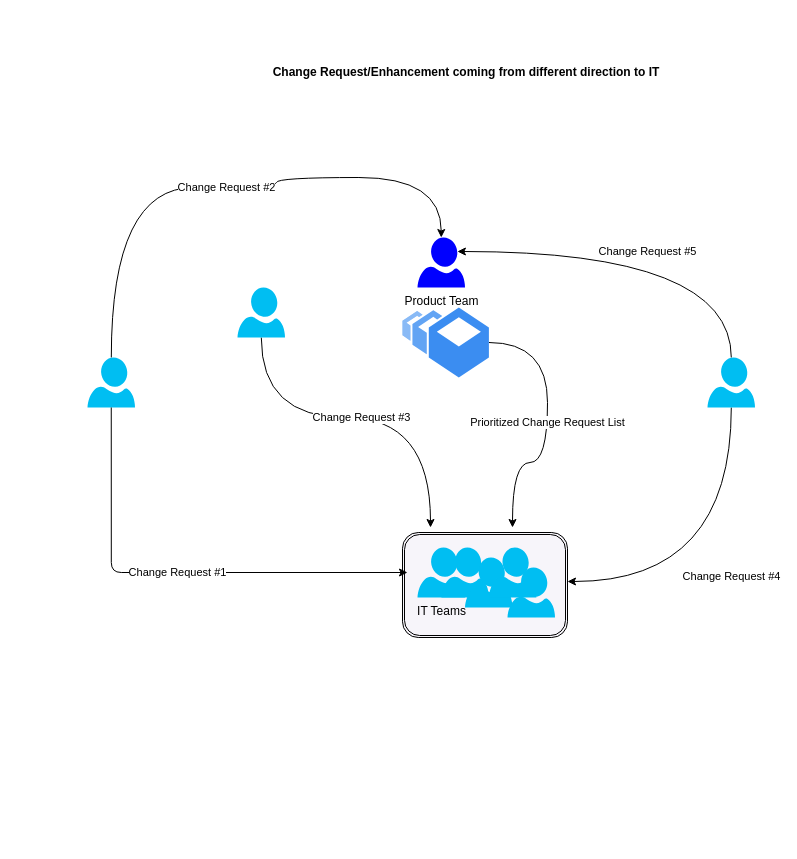
hsrchung81/FlowDiagram keeps this draw.io diagram as page "Current situation" (1 of 2) of EnhancementPriority.drawio. Above is the earlier version. Source tidied: cells renumbered, new cells numbered last; positions are measured from the earlier drawing's top-left corner, leaving out a move shared by most shapes. Both pictures are drawn from the tidied source at 100%, with x=0, y=0 at pixel (87, 17).
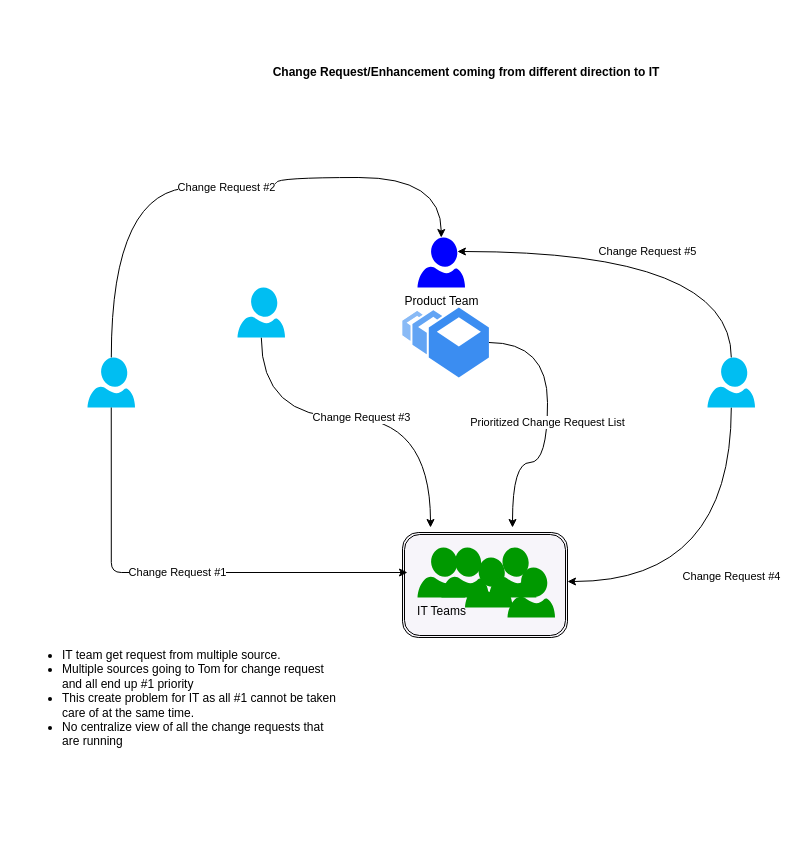
Above is the later version.

Diff of the diagram source:
```diff
@@
-    <mxCell id="13" value="IT Teams" style="verticalLabelPosition=bottom;html=1;verticalAlign=top;align=center;fillColor=#00BEF2;shape=mxgraph.azure.user;strokeColor=none;" parent="1" vertex="1">
+    <mxCell id="13" value="IT Teams" style="verticalLabelPosition=bottom;html=1;verticalAlign=top;align=center;shape=mxgraph.azure.user;strokeColor=none;fillColor=#009900;" parent="1" vertex="1">
       <mxGeometry x="330" y="530" width="47.5" height="50" as="geometry" />
     </mxCell>
-    <mxCell id="14" style="verticalLabelPosition=bottom;html=1;verticalAlign=top;align=center;fillColor=#00BEF2;shape=mxgraph.azure.user;strokeColor=none;" parent="1" vertex="1">
+    <mxCell id="14" style="verticalLabelPosition=bottom;html=1;verticalAlign=top;align=center;shape=mxgraph.azure.user;strokeColor=none;fillColor=#009900;" parent="1" vertex="1">
       <mxGeometry x="353.9" y="530" width="47.5" height="50" as="geometry" />
     </mxCell>
-    <mxCell id="15" style="verticalLabelPosition=bottom;html=1;verticalAlign=top;align=center;fillColor=#00BEF2;shape=mxgraph.azure.user;strokeColor=none;" parent="1" vertex="1">
+    <mxCell id="15" style="verticalLabelPosition=bottom;html=1;verticalAlign=top;align=center;shape=mxgraph.azure.user;strokeColor=none;fillColor=#009900;" parent="1" vertex="1">
       <mxGeometry x="377.5" y="540" width="47.5" height="50" as="geometry" />
     </mxCell>
-    <mxCell id="16" style="verticalLabelPosition=bottom;html=1;verticalAlign=top;align=center;fillColor=#00BEF2;shape=mxgraph.azure.user;strokeColor=none;" parent="1" vertex="1">
+    <mxCell id="16" style="verticalLabelPosition=bottom;html=1;verticalAlign=top;align=center;shape=mxgraph.azure.user;strokeColor=none;fillColor=#009900;" parent="1" vertex="1">
       <mxGeometry x="401.4" y="530" width="47.5" height="50" as="geometry" />
     </mxCell>
-    <mxCell id="17" style="verticalLabelPosition=bottom;html=1;verticalAlign=top;align=center;fillColor=#00BEF2;shape=mxgraph.azure.user;strokeColor=none;" parent="1" vertex="1">
+    <mxCell id="17" style="verticalLabelPosition=bottom;html=1;verticalAlign=top;align=center;shape=mxgraph.azure.user;strokeColor=none;fillColor=#009900;" parent="1" vertex="1">
       <mxGeometry x="420" y="550" width="47.5" height="50" as="geometry" />
     </mxCell>
@@
+    <mxCell id="20" value="&lt;h1&gt;&lt;br&gt;&lt;/h1&gt;&lt;p&gt;&lt;/p&gt;&lt;ul&gt;&lt;li&gt;IT team get request from multiple source.&lt;br&gt;&lt;/li&gt;&lt;li&gt;Multiple sources going to Tom for change request and all end up #1 priority&lt;/li&gt;&lt;li&gt;This create problem for IT as all #1 cannot be taken care of at the same time.&lt;/li&gt;&lt;li&gt;No centralize view of all the change requests that are running&lt;/li&gt;&lt;/ul&gt;&lt;p&gt;&lt;/p&gt;" style="text;html=1;strokeColor=none;fillColor=none;spacing=5;spacingTop=-20;whiteSpace=wrap;overflow=hidden;rounded=0;" parent="1" vertex="1">
+      <mxGeometry x="-70" y="580" width="330" height="245" as="geometry" />
+    </mxCell>
```
